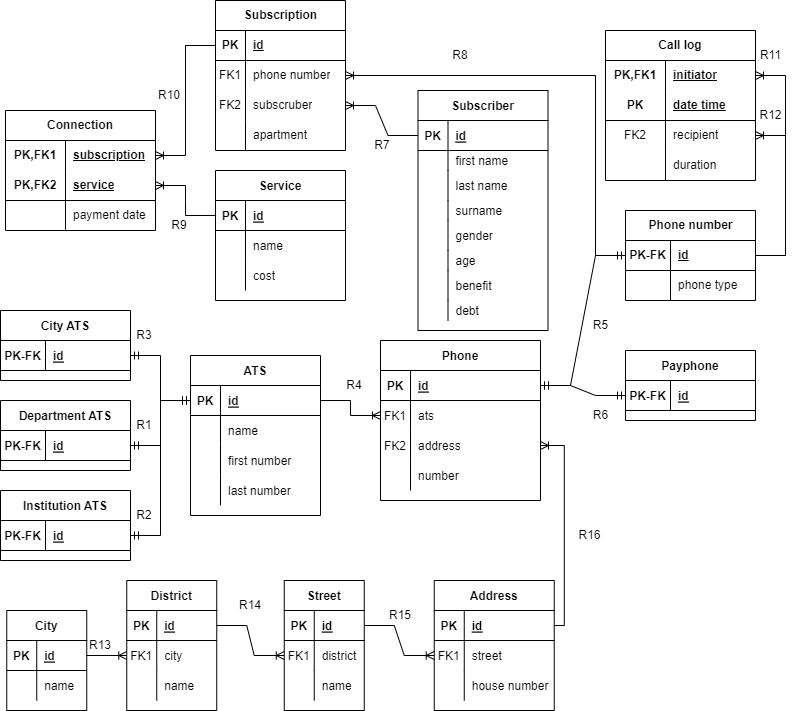
The draw.io diagram report/resources/er.png in Flynis/citnis, before a commit. Source tidied: cells renumbered, new cells last; positions are measured from the earlier drawing's top-left corner, leaving out a move shared by most shapes.
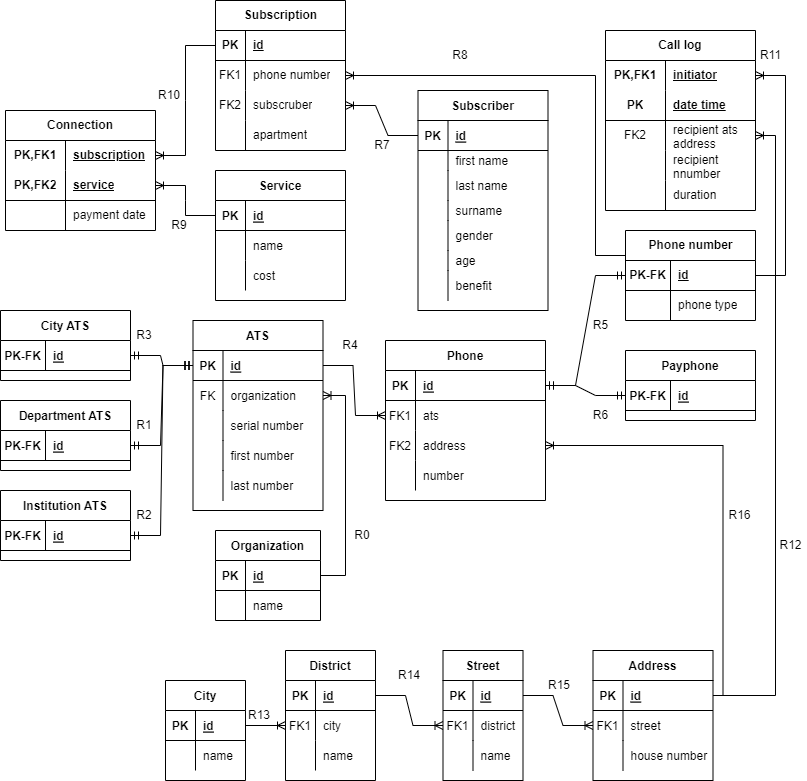
After the commit.

What changed in the source:
```diff
@@ -3,7 +3,7 @@
     <mxCell id="0" />
     <mxCell id="1" parent="0" />
     <mxCell id="2" value="Phone" style="shape=table;startSize=30;rowLines=0;fontStyle=1;align=center;" parent="1" vertex="1">
-      <mxGeometry x="380" y="340" width="160" height="160" as="geometry" />
+      <mxGeometry x="385" y="340" width="160" height="160" as="geometry" />
     </mxCell>
     <mxCell id="3" style="shape=partialRectangle;fillColor=none;points=[[0,0.5],[1,0.5]];portConstraint=eastwest;top=0;left=0;right=0;bottom=1;" parent="2" vertex="1">
       <mxGeometry y="30" width="160" height="30" as="geometry" />
@@ -42,7 +42,7 @@
       <mxGeometry x="30" width="130" height="30" as="geometry" />
     </mxCell>
     <mxCell id="15" value="Subscriber" style="shape=table;startSize=30;rowLines=0;fontStyle=1;align=center;" parent="1" vertex="1">
-      <mxGeometry x="417.5" y="90" width="130" height="240" as="geometry" />
+      <mxGeometry x="417.5" y="90" width="130" height="220" as="geometry" />
     </mxCell>
     <mxCell id="16" style="shape=partialRectangle;fillColor=none;points=[[0,0.5],[1,0.5]];portConstraint=eastwest;top=0;left=0;right=0;bottom=1;" parent="15" vertex="1">
       <mxGeometry y="30" width="130" height="30" as="geometry" />
@@ -107,17 +107,8 @@
     <mxCell id="36" value="benefit" style="shape=partialRectangle;overflow=hidden;fillColor=none;top=0;left=0;bottom=0;right=0;align=left;spacingLeft=6;" parent="34" vertex="1">
       <mxGeometry x="30" width="100" height="30" as="geometry" />
     </mxCell>
-    <mxCell id="37" style="shape=partialRectangle;fillColor=none;top=0;left=0;right=0;bottom=0;" parent="15" vertex="1">
-      <mxGeometry y="210" width="130" height="20" as="geometry" />
-    </mxCell>
-    <mxCell id="38" style="shape=partialRectangle;overflow=hidden;fillColor=none;top=0;left=0;bottom=0;right=0;" parent="37" vertex="1">
-      <mxGeometry width="30" height="20" as="geometry" />
-    </mxCell>
-    <mxCell id="39" value="debt" style="shape=partialRectangle;overflow=hidden;fillColor=none;top=0;left=0;bottom=0;right=0;align=left;spacingLeft=6;" parent="37" vertex="1">
-      <mxGeometry x="30" width="100" height="20" as="geometry" />
-    </mxCell>
     <mxCell id="40" value="ATS" style="shape=table;startSize=30;rowLines=0;fontStyle=1;align=center;" parent="1" vertex="1">
-      <mxGeometry x="190" y="355" width="130" height="160" as="geometry" />
+      <mxGeometry x="192.5" y="320" width="130" height="190" as="geometry" />
     </mxCell>
     <mxCell id="41" style="shape=partialRectangle;fillColor=none;points=[[0,0.5],[1,0.5]];portConstraint=eastwest;top=0;left=0;right=0;bottom=1;" parent="40" vertex="1">
       <mxGeometry y="30" width="130" height="30" as="geometry" />
@@ -131,14 +122,23 @@
     <mxCell id="44" style="shape=partialRectangle;fillColor=none;points=[[0,0.5],[1,0.5]];portConstraint=eastwest;top=0;left=0;right=0;bottom=0;" parent="40" vertex="1">
       <mxGeometry y="60" width="130" height="30" as="geometry" />
     </mxCell>
-    <mxCell id="45" style="shape=partialRectangle;overflow=hidden;fillColor=none;top=0;left=0;bottom=0;right=0;" parent="44" vertex="1">
+    <mxCell id="45" value="FK" style="shape=partialRectangle;overflow=hidden;fillColor=none;top=0;left=0;bottom=0;right=0;" parent="44" vertex="1">
       <mxGeometry width="30" height="30" as="geometry" />
     </mxCell>
-    <mxCell id="46" value="name" style="shape=partialRectangle;overflow=hidden;fillColor=none;top=0;left=0;bottom=0;right=0;align=left;spacingLeft=6;" parent="44" vertex="1">
+    <mxCell id="46" value="organization" style="shape=partialRectangle;overflow=hidden;fillColor=none;top=0;left=0;bottom=0;right=0;align=left;spacingLeft=6;" parent="44" vertex="1">
       <mxGeometry x="30" width="100" height="30" as="geometry" />
     </mxCell>
+    <mxCell id="191" style="shape=partialRectangle;fillColor=none;top=0;left=0;right=0;bottom=0;" parent="40" vertex="1">
+      <mxGeometry y="90" width="130" height="30" as="geometry" />
+    </mxCell>
+    <mxCell id="192" style="shape=partialRectangle;overflow=hidden;fillColor=none;top=0;left=0;bottom=0;right=0;" parent="191" vertex="1">
+      <mxGeometry width="30" height="30" as="geometry" />
+    </mxCell>
+    <mxCell id="193" value="serial number" style="shape=partialRectangle;overflow=hidden;fillColor=none;top=0;left=0;bottom=0;right=0;align=left;spacingLeft=6;" parent="191" vertex="1">
+      <mxGeometry x="30" width="100" height="30" as="geometry" />
+    </mxCell>
     <mxCell id="47" style="shape=partialRectangle;fillColor=none;top=0;left=0;right=0;bottom=0;" parent="40" vertex="1">
-      <mxGeometry y="90" width="130" height="30" as="geometry" />
+      <mxGeometry y="120" width="130" height="30" as="geometry" />
     </mxCell>
     <mxCell id="48" style="shape=partialRectangle;overflow=hidden;fillColor=none;top=0;left=0;bottom=0;right=0;" parent="47" vertex="1">
       <mxGeometry width="30" height="30" as="geometry" />
@@ -147,7 +147,7 @@
       <mxGeometry x="30" width="100" height="30" as="geometry" />
     </mxCell>
     <mxCell id="50" style="shape=partialRectangle;fillColor=none;top=0;left=0;right=0;bottom=0;" parent="40" vertex="1">
-      <mxGeometry y="120" width="130" height="30" as="geometry" />
+      <mxGeometry y="150" width="130" height="30" as="geometry" />
     </mxCell>
     <mxCell id="51" style="shape=partialRectangle;overflow=hidden;fillColor=none;top=0;left=0;bottom=0;right=0;" parent="50" vertex="1">
       <mxGeometry width="30" height="30" as="geometry" />
@@ -259,7 +259,7 @@
       <mxGeometry x="45" width="85" height="30" as="geometry" />
     </mxCell>
     <mxCell id="86" value="Phone number" style="shape=table;startSize=30;rowLines=0;fontStyle=1;align=center;html=1;" parent="1" vertex="1">
-      <mxGeometry x="625" y="210" width="130" height="90" as="geometry" />
+      <mxGeometry x="625" y="230" width="130" height="90" as="geometry" />
     </mxCell>
     <mxCell id="87" style="shape=tableRow;horizontal=0;startSize=0;swimlaneHead=0;swimlaneBody=0;fillColor=none;points=[[0,0.5],[1,0.5]];portConstraint=eastwest;top=0;left=0;right=0;bottom=1;" parent="86" vertex="1">
       <mxGeometry y="30" width="130" height="30" as="geometry" />
@@ -349,7 +349,7 @@
       <mxGeometry relative="1" as="geometry" />
     </mxCell>
     <mxCell id="116" value="City" style="shape=table;startSize=30;rowLines=0;fontStyle=1;align=center;" parent="1" vertex="1">
-      <mxGeometry x="6.2" y="610" width="80" height="100" as="geometry" />
+      <mxGeometry x="165" y="680" width="80" height="100" as="geometry" />
     </mxCell>
     <mxCell id="117" style="shape=partialRectangle;fillColor=none;points=[[0,0.5],[1,0.5]];portConstraint=eastwest;top=0;left=0;right=0;bottom=1;" parent="116" vertex="1">
       <mxGeometry y="30" width="80" height="30" as="geometry" />
@@ -370,7 +370,7 @@
       <mxGeometry x="30" width="50" height="30" as="geometry" />
     </mxCell>
     <mxCell id="123" value="District" style="shape=table;startSize=30;rowLines=0;fontStyle=1;align=center;" parent="1" vertex="1">
-      <mxGeometry x="126.2" y="580" width="90" height="130" as="geometry" />
+      <mxGeometry x="285" y="650" width="90" height="130" as="geometry" />
     </mxCell>
     <mxCell id="124" style="shape=partialRectangle;fillColor=none;points=[[0,0.5],[1,0.5]];portConstraint=eastwest;top=0;left=0;right=0;bottom=1;" parent="123" vertex="1">
       <mxGeometry y="30" width="90" height="30" as="geometry" />
@@ -403,7 +403,7 @@
       <mxGeometry relative="1" as="geometry" />
     </mxCell>
     <mxCell id="134" value="Street" style="shape=table;startSize=30;rowLines=0;fontStyle=1;align=center;" parent="1" vertex="1">
-      <mxGeometry x="283.8" y="580" width="80" height="130" as="geometry" />
+      <mxGeometry x="442.5" y="650" width="80" height="130" as="geometry" />
     </mxCell>
     <mxCell id="135" style="shape=partialRectangle;fillColor=none;points=[[0,0.5],[1,0.5]];portConstraint=eastwest;top=0;left=0;right=0;bottom=1;" parent="134" vertex="1">
       <mxGeometry y="30" width="80" height="30" as="geometry" />
@@ -433,7 +433,7 @@
       <mxGeometry x="30" width="50" height="30" as="geometry" />
     </mxCell>
     <mxCell id="144" value="Address" style="shape=table;startSize=30;rowLines=0;fontStyle=1;align=center;" parent="1" vertex="1">
-      <mxGeometry x="433.8" y="580" width="120" height="130" as="geometry" />
+      <mxGeometry x="592.5" y="650" width="120" height="130" as="geometry" />
     </mxCell>
     <mxCell id="145" style="shape=partialRectangle;fillColor=none;points=[[0,0.5],[1,0.5]];portConstraint=eastwest;top=0;left=0;right=0;bottom=1;" parent="144" vertex="1">
       <mxGeometry y="30" width="120" height="30" as="geometry" />
@@ -475,16 +475,16 @@
       <mxGeometry x="130" y="500" width="27.5" height="30" as="geometry" />
     </mxCell>
     <mxCell id="158" value="R4" style="text;html=1;strokeColor=none;fillColor=none;align=center;verticalAlign=middle;whiteSpace=wrap;rounded=0;" parent="1" vertex="1">
-      <mxGeometry x="340" y="370" width="27.5" height="30" as="geometry" />
+      <mxGeometry x="336.2" y="330" width="27.5" height="30" as="geometry" />
     </mxCell>
     <mxCell id="159" value="R3" style="text;html=1;strokeColor=none;fillColor=none;align=center;verticalAlign=middle;whiteSpace=wrap;rounded=0;" parent="1" vertex="1">
       <mxGeometry x="130" y="320" width="27.5" height="30" as="geometry" />
     </mxCell>
     <mxCell id="160" value="R14" style="text;html=1;strokeColor=none;fillColor=none;align=center;verticalAlign=middle;whiteSpace=wrap;rounded=0;" parent="1" vertex="1">
-      <mxGeometry x="236.2" y="590" width="27.5" height="30" as="geometry" />
+      <mxGeometry x="395" y="660" width="27.5" height="30" as="geometry" />
     </mxCell>
     <mxCell id="161" value="R13" style="text;html=1;strokeColor=none;fillColor=none;align=center;verticalAlign=middle;whiteSpace=wrap;rounded=0;" parent="1" vertex="1">
-      <mxGeometry x="86.2" y="630" width="27.5" height="30" as="geometry" />
+      <mxGeometry x="245" y="700" width="27.5" height="30" as="geometry" />
     </mxCell>
     <mxCell id="162" value="R10" style="text;html=1;strokeColor=none;fillColor=none;align=center;verticalAlign=middle;whiteSpace=wrap;rounded=0;" parent="1" vertex="1">
       <mxGeometry x="155" y="80" width="27.5" height="30" as="geometry" />
@@ -496,10 +496,10 @@
       <mxGeometry x="367.5" y="130" width="27.5" height="30" as="geometry" />
     </mxCell>
     <mxCell id="165" value="R15" style="text;html=1;strokeColor=none;fillColor=none;align=center;verticalAlign=middle;whiteSpace=wrap;rounded=0;" parent="1" vertex="1">
-      <mxGeometry x="386.2" y="600" width="27.5" height="30" as="geometry" />
+      <mxGeometry x="545" y="670" width="27.5" height="30" as="geometry" />
     </mxCell>
     <mxCell id="166" value="Call log" style="shape=table;startSize=30;rowLines=0;fontStyle=1;align=center;html=1;whiteSpace=wrap;" parent="1" vertex="1">
-      <mxGeometry x="605" y="30" width="150" height="150" as="geometry" />
+      <mxGeometry x="605" y="30" width="150" height="180" as="geometry" />
     </mxCell>
     <mxCell id="167" style="shape=tableRow;horizontal=0;startSize=0;swimlaneHead=0;swimlaneBody=0;fillColor=none;points=[[0,0.5],[1,0.5]];portConstraint=eastwest;top=0;left=0;right=0;bottom=0;html=1;" parent="166" vertex="1">
       <mxGeometry y="30" width="150" height="30" as="geometry" />
@@ -525,11 +525,20 @@
     <mxCell id="174" value="FK2" style="shape=partialRectangle;fillColor=none;top=0;left=0;bottom=0;right=0;overflow=hidden;html=1;whiteSpace=wrap;" parent="173" vertex="1">
       <mxGeometry width="60" height="30" as="geometry" />
     </mxCell>
-    <mxCell id="175" value="recipient" style="shape=partialRectangle;fillColor=none;top=0;left=0;bottom=0;right=0;align=left;spacingLeft=6;overflow=hidden;html=1;whiteSpace=wrap;" parent="173" vertex="1">
+    <mxCell id="175" value="recipient ats address" style="shape=partialRectangle;fillColor=none;top=0;left=0;bottom=0;right=0;align=left;spacingLeft=6;overflow=hidden;html=1;whiteSpace=wrap;" parent="173" vertex="1">
       <mxGeometry x="60" width="90" height="30" as="geometry" />
     </mxCell>
+    <mxCell id="194" style="shape=tableRow;horizontal=0;startSize=0;swimlaneHead=0;swimlaneBody=0;fillColor=none;top=0;left=0;right=0;bottom=0;html=1;" parent="166" vertex="1">
+      <mxGeometry y="120" width="150" height="30" as="geometry" />
+    </mxCell>
+    <mxCell id="195" style="shape=partialRectangle;fillColor=none;top=0;left=0;bottom=0;right=0;overflow=hidden;html=1;whiteSpace=wrap;" parent="194" vertex="1">
+      <mxGeometry width="60" height="30" as="geometry" />
+    </mxCell>
+    <mxCell id="196" value="recipient nnumber" style="shape=partialRectangle;fillColor=none;top=0;left=0;bottom=0;right=0;align=left;spacingLeft=6;overflow=hidden;html=1;whiteSpace=wrap;" parent="194" vertex="1">
+      <mxGeometry x="60" width="90" height="30" as="geometry" />
+    </mxCell>
     <mxCell id="176" style="shape=tableRow;horizontal=0;startSize=0;swimlaneHead=0;swimlaneBody=0;fillColor=none;top=0;left=0;right=0;bottom=0;html=1;" parent="166" vertex="1">
-      <mxGeometry y="120" width="150" height="30" as="geometry" />
+      <mxGeometry y="150" width="150" height="30" as="geometry" />
     </mxCell>
     <mxCell id="177" style="shape=partialRectangle;fillColor=none;top=0;left=0;bottom=0;right=0;overflow=hidden;html=1;whiteSpace=wrap;" parent="176" vertex="1">
       <mxGeometry width="60" height="30" as="geometry" />
@@ -540,9 +549,6 @@
     <mxCell id="179" style="edgeStyle=entityRelationEdgeStyle;fontSize=12;html=1;endArrow=ERoneToMany;rounded=0;exitX=1;exitY=0.5;exitDx=0;exitDy=0;entryX=1;entryY=0.5;entryDx=0;entryDy=0;" parent="1" edge="1" source="87" target="167">
       <mxGeometry relative="1" as="geometry" />
     </mxCell>
-    <mxCell id="180" style="edgeStyle=entityRelationEdgeStyle;fontSize=12;html=1;endArrow=ERoneToMany;rounded=0;exitX=1;exitY=0.5;exitDx=0;exitDy=0;entryX=1;entryY=0.5;entryDx=0;entryDy=0;" parent="1" edge="1" source="87" target="173">
-      <mxGeometry relative="1" as="geometry" />
-    </mxCell>
     <mxCell id="181" style="edgeStyle=orthogonalEdgeStyle;fontSize=12;html=1;endArrow=ERoneToMany;rounded=0;exitX=1;exitY=0.5;exitDx=0;exitDy=0;entryX=1;entryY=0.5;entryDx=0;entryDy=0;" parent="1" edge="1" source="145" target="9">
       <mxGeometry relative="1" as="geometry" />
     </mxCell>
@@ -570,13 +576,53 @@
       <mxGeometry x="446.2" y="40" width="27.5" height="30" as="geometry" />
     </mxCell>
     <mxCell id="188" value="R12" style="text;html=1;strokeColor=none;fillColor=none;align=center;verticalAlign=middle;whiteSpace=wrap;rounded=0;" parent="1" vertex="1">
-      <mxGeometry x="755" y="100" width="31.2" height="30" as="geometry" />
+      <mxGeometry x="775" y="530" width="31.2" height="30" as="geometry" />
     </mxCell>
     <mxCell id="189" value="R11" style="text;html=1;strokeColor=none;fillColor=none;align=center;verticalAlign=middle;whiteSpace=wrap;rounded=0;" parent="1" vertex="1">
       <mxGeometry x="755" y="40" width="31.2" height="30" as="geometry" />
     </mxCell>
     <mxCell id="190" value="R16" style="text;html=1;strokeColor=none;fillColor=none;align=center;verticalAlign=middle;whiteSpace=wrap;rounded=0;" parent="1" vertex="1">
-      <mxGeometry x="573.8" y="520" width="31.2" height="30" as="geometry" />
+      <mxGeometry x="723.8" y="500" width="31.2" height="30" as="geometry" />
     </mxCell>
+    <mxCell id="197" value="Organization" style="shape=table;startSize=30;rowLines=0;fontStyle=1;align=center;" parent="1" vertex="1">
+      <mxGeometry x="215" y="530" width="105" height="90" as="geometry" />
+    </mxCell>
+    <mxCell id="198" style="shape=partialRectangle;fillColor=none;points=[[0,0.5],[1,0.5]];portConstraint=eastwest;top=0;left=0;right=0;bottom=1;" parent="197" vertex="1">
+      <mxGeometry y="30" width="105" height="30" as="geometry" />
+    </mxCell>
+    <mxCell id="199" value="PK" style="shape=partialRectangle;overflow=hidden;fillColor=none;top=0;left=0;bottom=0;right=0;fontStyle=1;" parent="198" vertex="1">
+      <mxGeometry width="30" height="30" as="geometry" />
+    </mxCell>
+    <mxCell id="200" value="id" style="shape=partialRectangle;overflow=hidden;fillColor=none;top=0;left=0;bottom=0;right=0;align=left;spacingLeft=6;fontStyle=5;" parent="198" vertex="1">
+      <mxGeometry x="30" width="75" height="30" as="geometry" />
+    </mxCell>
+    <mxCell id="201" style="shape=partialRectangle;fillColor=none;top=0;left=0;right=0;bottom=0;" parent="197" vertex="1">
+      <mxGeometry y="60" width="105" height="30" as="geometry" />
+    </mxCell>
+    <mxCell id="202" style="shape=partialRectangle;overflow=hidden;fillColor=none;top=0;left=0;bottom=0;right=0;" parent="201" vertex="1">
+      <mxGeometry width="30" height="30" as="geometry" />
+    </mxCell>
+    <mxCell id="203" value="name" style="shape=partialRectangle;overflow=hidden;fillColor=none;top=0;left=0;bottom=0;right=0;align=left;spacingLeft=6;" parent="201" vertex="1">
+      <mxGeometry x="30" width="75" height="30" as="geometry" />
+    </mxCell>
+    <mxCell id="204" style="edgeStyle=orthogonalEdgeStyle;fontSize=12;html=1;endArrow=ERoneToMany;rounded=0;exitX=1;exitY=0.5;exitDx=0;exitDy=0;entryX=1;entryY=0.5;entryDx=0;entryDy=0;" parent="1" edge="1" source="198" target="44">
+      <mxGeometry relative="1" as="geometry">
+        <Array as="points">
+          <mxPoint x="345" y="575" />
+          <mxPoint x="345" y="395" />
+        </Array>
+      </mxGeometry>
+    </mxCell>
+    <mxCell id="205" value="R0" style="text;html=1;strokeColor=none;fillColor=none;align=center;verticalAlign=middle;whiteSpace=wrap;rounded=0;" parent="1" vertex="1">
+      <mxGeometry x="347.5" y="520" width="27.5" height="30" as="geometry" />
+    </mxCell>
+    <mxCell id="206" style="edgeStyle=orthogonalEdgeStyle;fontSize=12;html=1;endArrow=ERoneToMany;rounded=0;exitX=1;exitY=0.5;exitDx=0;exitDy=0;entryX=1;entryY=0.5;entryDx=0;entryDy=0;" parent="1" edge="1" source="145" target="173">
+      <mxGeometry relative="1" as="geometry">
+        <Array as="points">
+          <mxPoint x="775" y="695" />
+          <mxPoint x="775" y="135" />
+        </Array>
+      </mxGeometry>
+    </mxCell>
   </root>
 </mxGraphModel>
```
